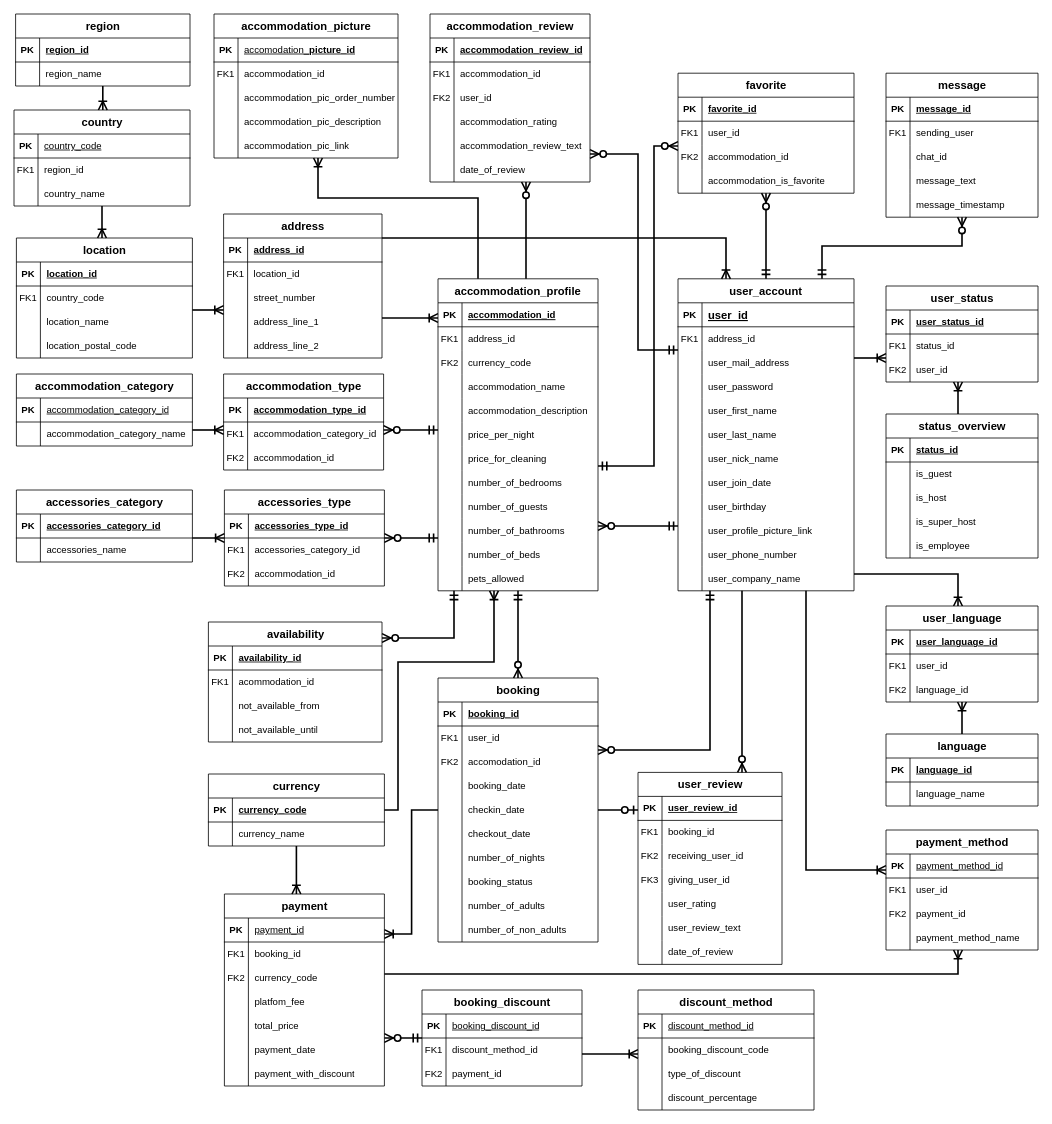
DaSteff91/SQL_Repo keeps this draw.io diagram as Steffbnb.drawio. Above is the earlier version. Source tidied: cells renumbered, new cells numbered last; positions are measured from the earlier drawing's top-left corner, leaving out a move shared by most shapes. Both pictures are drawn from the tidied source at 80%, with x=0, y=0 at pixel (14, 14).
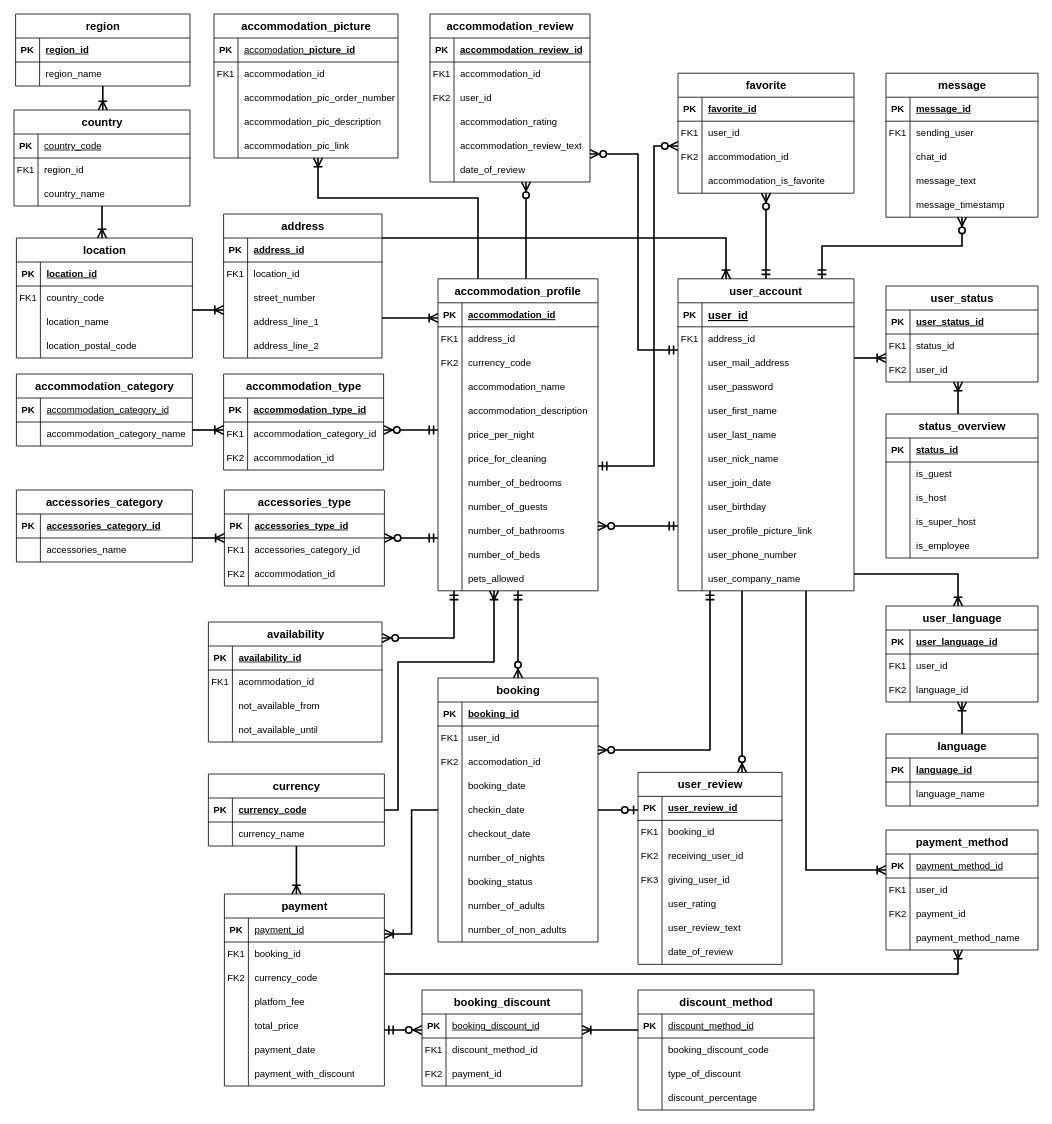
The same page after the edit.

Unchanged cells that the change refers to:
```xml
<mxCell id="123" value="booking_discount" style="shape=table;startSize=30;childLayout=tableLayout;rowLines=0;fontStyle=1;align=center;html=1;fontSize=14;labelBackgroundColor=none;" parent="1" vertex="1">
  <mxGeometry x="510" y="1220" width="200" height="120" as="geometry" />
</mxCell>
<mxCell id="277" value="payment" style="shape=table;startSize=30;childLayout=tableLayout;rowLines=0;fontStyle=1;align=center;html=1;fontSize=14;labelBackgroundColor=none;" parent="1" vertex="1">
  <mxGeometry x="263" y="1100" width="200" height="240" as="geometry" />
</mxCell>
<mxCell id="299" value="discount_method" style="shape=table;startSize=30;childLayout=tableLayout;rowLines=0;fontStyle=1;align=center;html=1;fontSize=14;labelBackgroundColor=none;" parent="1" vertex="1">
  <mxGeometry x="780" y="1220" width="220" height="150" as="geometry" />
</mxCell>
```

What changed in the source:
```diff
@@
-    <mxCell id="314" style="edgeStyle=orthogonalEdgeStyle;fontSize=12;html=1;endArrow=ERoneToMany;rounded=0;startSize=8;endSize=8;strokeWidth=2;labelBackgroundColor=none;fontColor=default;" parent="1" edge="1" source="123" target="299">
+    <mxCell id="314" style="edgeStyle=orthogonalEdgeStyle;fontSize=12;html=1;endArrow=ERoneToMany;rounded=0;startSize=8;endSize=8;strokeWidth=2;labelBackgroundColor=none;fontColor=default;" parent="1" edge="1" source="299" target="123">
       <mxGeometry relative="1" as="geometry">
         <Array as="points">
-          <mxPoint x="760" y="1300" />
-          <mxPoint x="760" y="1300" />
+          <mxPoint x="750" y="1270" />
+          <mxPoint x="750" y="1270" />
         </Array>
       </mxGeometry>
     </mxCell>
@@
-    <mxCell id="329" style="edgeStyle=orthogonalEdgeStyle;fontSize=12;html=1;endArrow=ERzeroToMany;startArrow=ERmandOne;rounded=0;strokeWidth=2;align=center;verticalAlign=middle;fontFamily=Helvetica;fontColor=default;labelBackgroundColor=none;startSize=8;endSize=8;" parent="1" edge="1" source="123" target="277">
+    <mxCell id="329" style="edgeStyle=orthogonalEdgeStyle;fontSize=12;html=1;endArrow=ERzeroToMany;startArrow=ERmandOne;rounded=0;strokeWidth=2;align=center;verticalAlign=middle;fontFamily=Helvetica;fontColor=default;labelBackgroundColor=none;startSize=8;endSize=8;" parent="1" edge="1" source="277" target="123">
       <mxGeometry relative="1" as="geometry">
         <Array as="points">
-          <mxPoint x="360" y="1300" />
+          <mxPoint x="490" y="1270" />
+          <mxPoint x="490" y="1270" />
         </Array>
       </mxGeometry>
     </mxCell>
```
